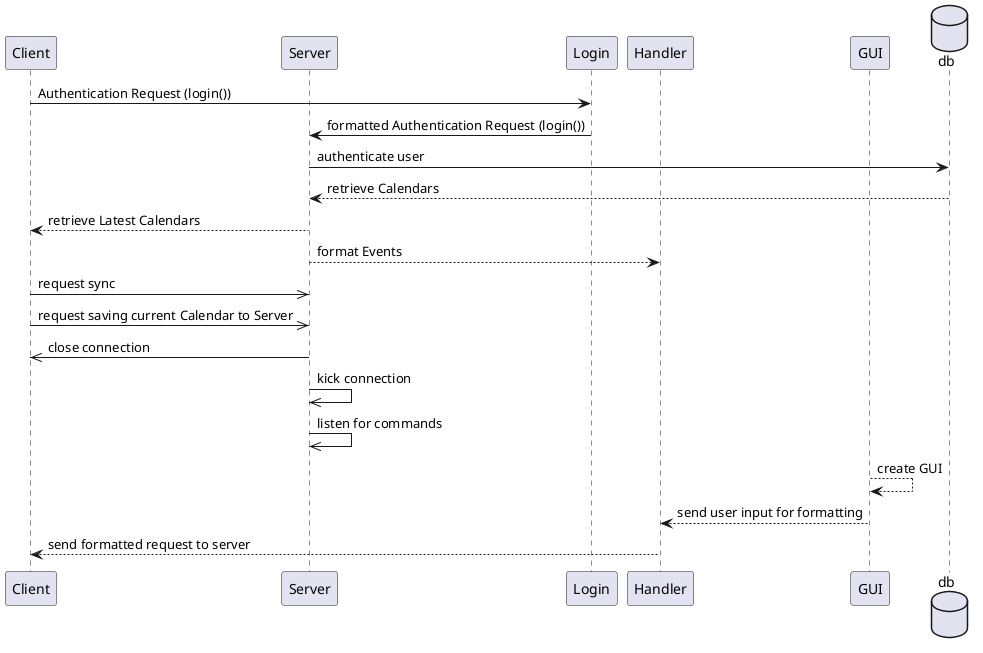
Earlier version of the PlantUML export diagrams/seq.png (osakaruhub/Tasker). Its diagram source:
```plantuml
@startuml

skinparam Shadowing false

participant Client as C
participant Server as S
participant Login as auth
participant Handler as H
participant GUI as G
database db

C -> auth: Authentication Request (login())
auth -> S: formatted Authentication Request (login())
S -> db: authenticate user
db --> S: retrieve Calendars
S --> C: retrieve Latest Calendars
S --> H: format Events
C ->> S: request sync
C ->> S: request saving current Calendar to Server
S ->> C: close connection
S ->> S: kick connection
S ->> S: listen for commands
G --> G: create GUI
G --> H: send user input for formatting
H --> C: send formatted request to server

@enduml
```
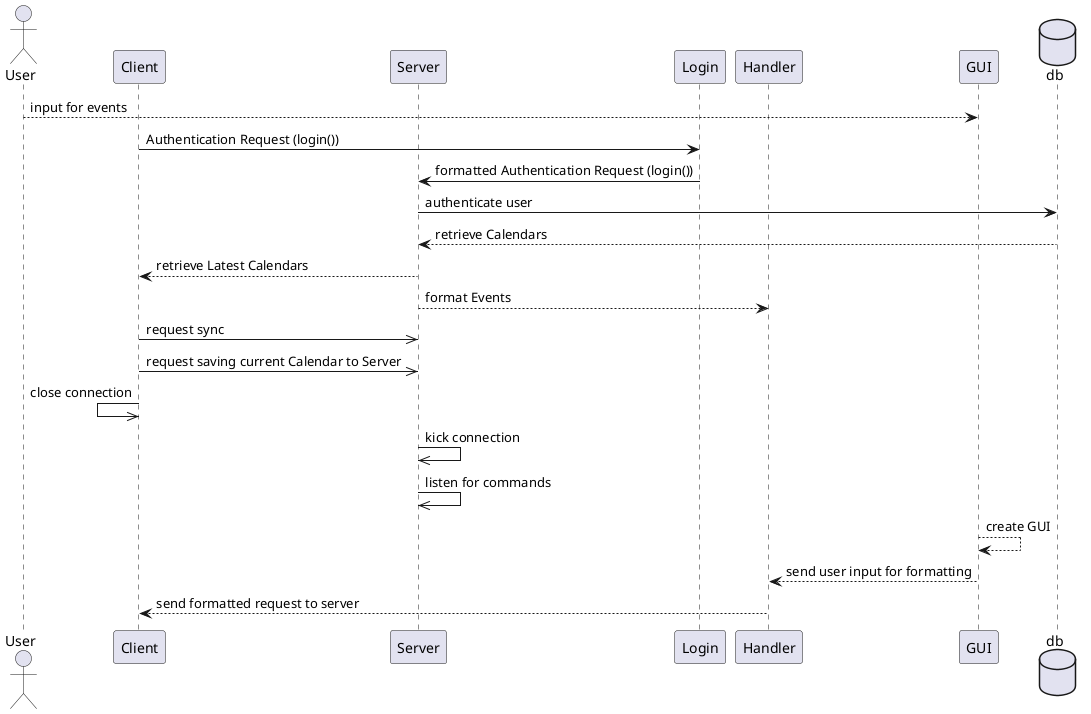
The same diagram one commit later.

Change to the diagram source:
```diff
@@ -2,6 +2,7 @@
 
 skinparam Shadowing false
 
+actor User as U
 participant Client as C
 participant Server as S
 participant Login as auth
@@ -9,15 +10,16 @@
 participant GUI as G
 database db
 
+U --> G: input for events
 C -> auth: Authentication Request (login())
 auth -> S: formatted Authentication Request (login())
 S -> db: authenticate user
 db --> S: retrieve Calendars
-S --> C: retrieve Latest Calendars
-S --> H: format Events
+C <-- S: retrieve Latest Calendars
+H <-- S: format Events
 C ->> S: request sync
 C ->> S: request saving current Calendar to Server
-S ->> C: close connection
+C <<- C: close connection
 S ->> S: kick connection
 S ->> S: listen for commands
 G --> G: create GUI
```
